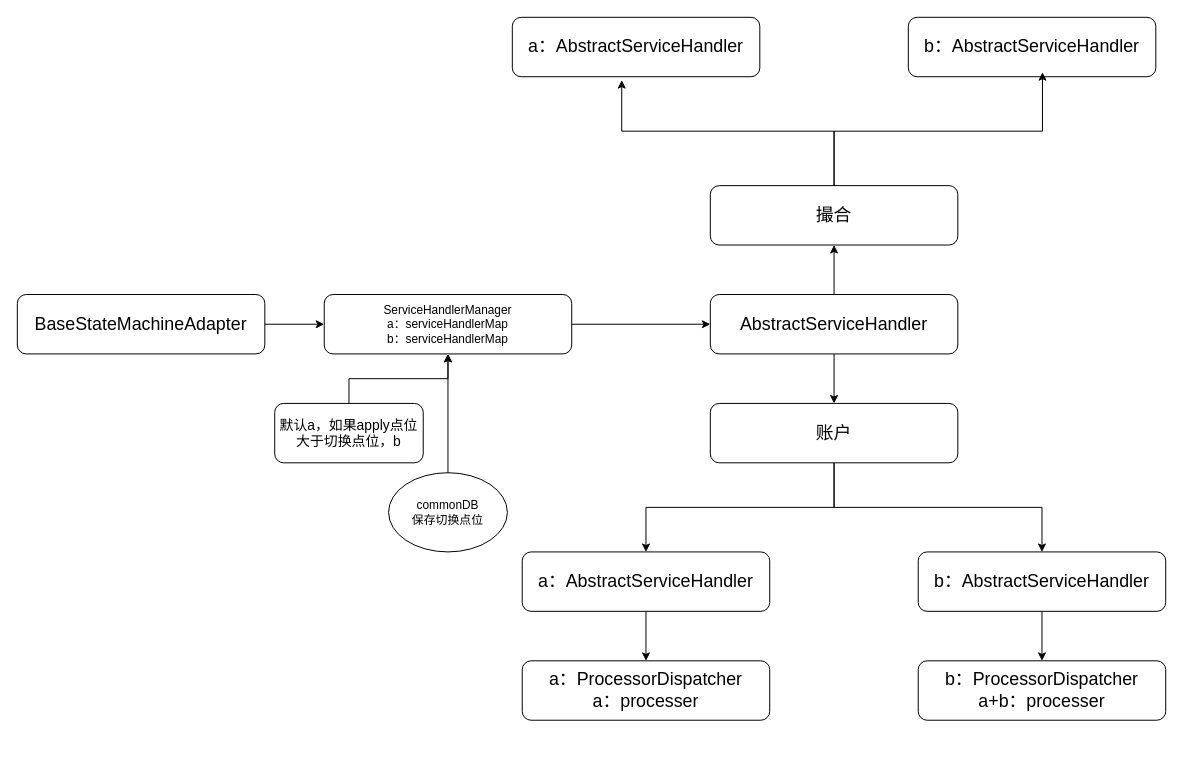
Above: ab版本方案一.drawio in wwl74100/2022-learn (draw.io), before the change. Source tidied: cells renumbered, new cells numbered last; positions are measured from the earlier drawing's top-left corner, leaving out a move shared by most shapes. Both pictures are drawn from the tidied source at 99%, with x=0, y=0 at pixel (17, 17).
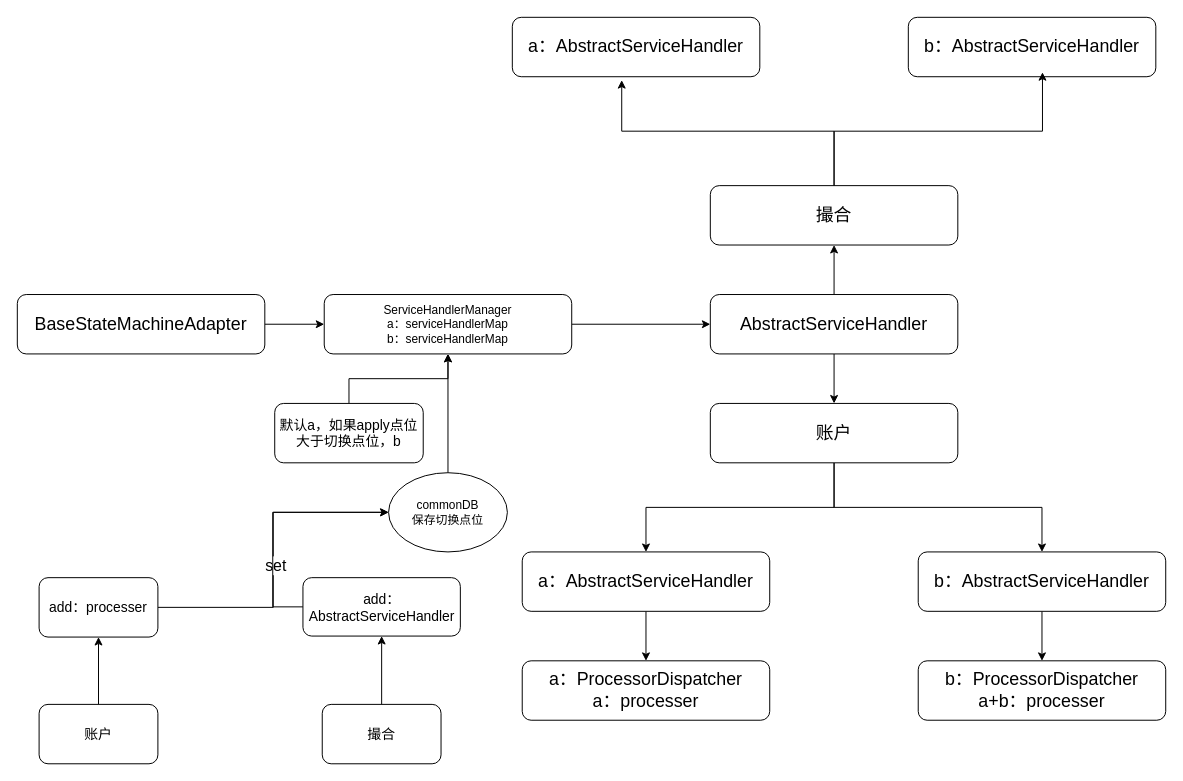
After the change.

Commit message (it also covers changes not shown here):
更新ab版本方案一.drawio

The change refers to these unchanged cells:
```xml
<mxCell id="3" value="commonDB&lt;div&gt;保存&lt;span style=&quot;background-color: transparent; color: light-dark(rgb(0, 0, 0), rgb(255, 255, 255));&quot;&gt;切换点位&lt;/span&gt;&lt;/div&gt;" style="ellipse;whiteSpace=wrap;html=1;" parent="1" vertex="1">
  <mxGeometry x="375" y="460" width="120" height="80" as="geometry" />
</mxCell>
```

What changed in the source:
```diff
@@
+    <mxCell id="27" style="edgeStyle=orthogonalEdgeStyle;rounded=0;jettySize=auto;html=1;entryX=0.5;entryY=1;entryDx=0;entryDy=0;" parent="1" edge="1" source="28" target="31">
+      <mxGeometry relative="1" as="geometry" />
+    </mxCell>
+    <mxCell id="28" value="&lt;font style=&quot;font-size: 14px;&quot;&gt;账户&lt;/font&gt;" style="rounded=1;whiteSpace=wrap;html=1;" parent="1" vertex="1">
+      <mxGeometry x="22" y="694" width="120" height="60" as="geometry" />
+    </mxCell>
+    <mxCell id="29" style="edgeStyle=orthogonalEdgeStyle;rounded=0;jettySize=auto;html=1;entryX=0;entryY=0.5;entryDx=0;entryDy=0;" parent="1" edge="1" source="31" target="3">
+      <mxGeometry relative="1" as="geometry" />
+    </mxCell>
+    <mxCell id="30" value="&lt;font size=&quot;3&quot;&gt;set&lt;/font&gt;" style="edgeLabel;html=1;align=center;verticalAlign=middle;" parent="29" vertex="1">
+      <mxGeometry x="-0.27" y="3" relative="1" as="geometry">
+        <mxPoint x="5" y="-39" as="offset" />
+      </mxGeometry>
+    </mxCell>
+    <mxCell id="31" value="&lt;font style=&quot;font-size: 14px;&quot;&gt;&lt;font style=&quot;&quot;&gt;add：&lt;/font&gt;processer&lt;/font&gt;" style="rounded=1;whiteSpace=wrap;html=1;" parent="1" vertex="1">
+      <mxGeometry x="22" y="566" width="120" height="60" as="geometry" />
+    </mxCell>
+    <mxCell id="32" style="edgeStyle=orthogonalEdgeStyle;rounded=0;jettySize=auto;html=1;entryX=0.5;entryY=1;entryDx=0;entryDy=0;" parent="1" edge="1" source="33" target="35">
+      <mxGeometry relative="1" as="geometry" />
+    </mxCell>
+    <mxCell id="33" value="&lt;span style=&quot;font-size: 14px;&quot;&gt;撮合&lt;/span&gt;" style="rounded=1;whiteSpace=wrap;html=1;" parent="1" vertex="1">
+      <mxGeometry x="308" y="694" width="120" height="60" as="geometry" />
+    </mxCell>
+    <mxCell id="34" style="edgeStyle=orthogonalEdgeStyle;rounded=0;jettySize=auto;html=1;entryX=0;entryY=0.5;entryDx=0;entryDy=0;" parent="1" edge="1" source="35" target="3">
+      <mxGeometry relative="1" as="geometry">
+        <Array as="points">
+          <mxPoint x="258" y="596" />
+          <mxPoint x="258" y="500" />
+        </Array>
+      </mxGeometry>
+    </mxCell>
+    <mxCell id="35" value="&lt;font style=&quot;font-size: 14px;&quot;&gt;&lt;font style=&quot;&quot;&gt;add：&lt;/font&gt;AbstractServiceHandler&lt;/font&gt;" style="rounded=1;whiteSpace=wrap;html=1;" parent="1" vertex="1">
+      <mxGeometry x="288.5" y="566" width="159" height="59" as="geometry" />
+    </mxCell>
```
